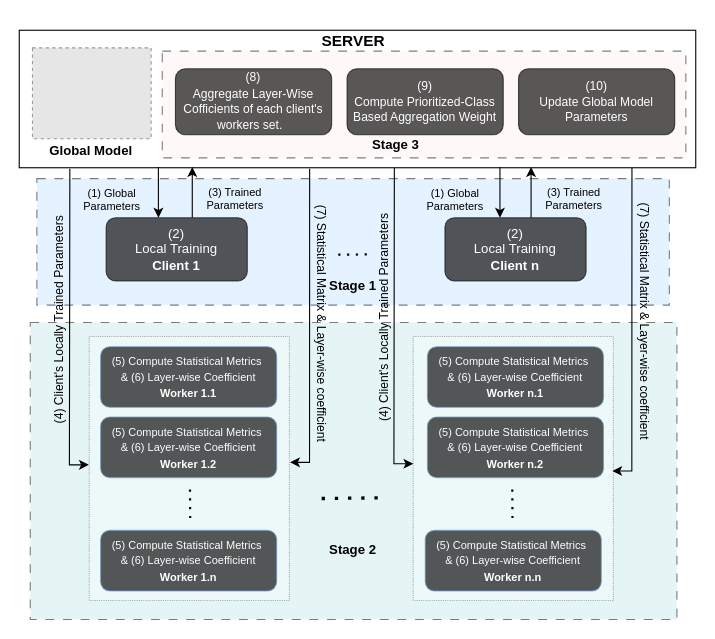
The draw.io diagram Copy of FedSat_FrameWork_Design.drawio in sujit880/Plotting_Graphs, before the edit. Source tidied: cells renumbered, new cells numbered last; positions are measured from the earlier drawing's top-left corner, leaving out a move shared by most shapes. Both pictures are drawn from the tidied source at 110%, with x=0, y=0 at pixel (-52, 30). Pictures stored in the file or linked from it are replaced by grey dashed boxes.
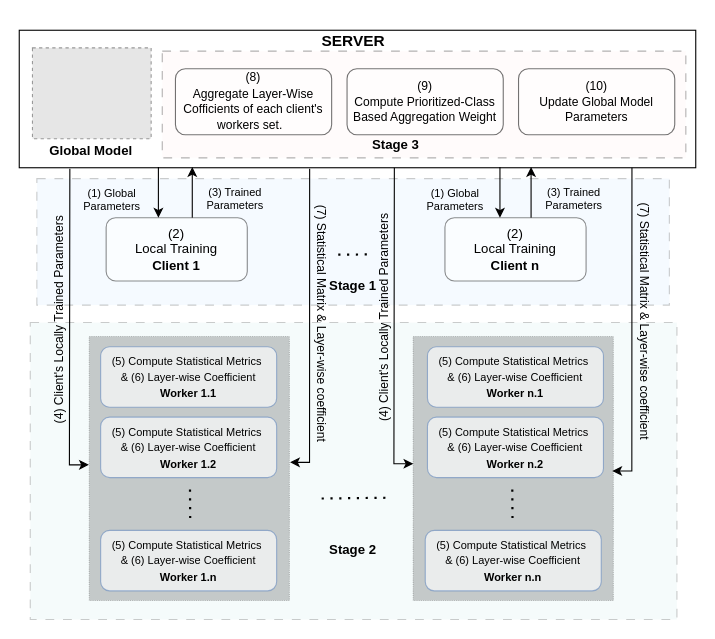
The same diagram, later.

Unchanged cells that the change refers to:
```xml
<mxCell id="17" style="group;" parent="1" vertex="1">
  <mxGeometry x="143" y="124.4" width="128.3" height="103.5" as="geometry" />
</mxCell>
```

What changed in the source:
```diff
@@
-    <mxCell id="2" style="rounded=0;whiteSpace=wrap;html=1;dashed=1;dashPattern=8 8;fillColor=#009999;fillOpacity=20;opacity=50;" parent="1" vertex="1">
+    <mxCell id="2" style="rounded=0;whiteSpace=wrap;html=1;dashed=1;dashPattern=8 8;fillColor=#009999;fillOpacity=20;opacity=20;" parent="1" vertex="1">
       <mxGeometry x="74" y="265.7" width="587.9" height="270" as="geometry" />
     </mxCell>
-    <mxCell id="3" style="rounded=0;whiteSpace=wrap;html=1;dashed=1;dashPattern=8 8;imageWidth=25;fillColor=#99CCFF;fillOpacity=50;opacity=50;" parent="1" vertex="1">
+    <mxCell id="3" style="rounded=0;whiteSpace=wrap;html=1;dashed=1;dashPattern=8 8;imageWidth=25;fillColor=#99CCFF;fillOpacity=50;opacity=20;" parent="1" vertex="1">
       <mxGeometry x="80" y="134.9" width="575" height="115" as="geometry" />
     </mxCell>
-    <mxCell id="4" style="rounded=0;whiteSpace=wrap;html=1;dashed=1;dashPattern=1 1;fillColor=#FFFFFF;opacity=30;" parent="1" vertex="1">
+    <mxCell id="4" style="rounded=0;whiteSpace=wrap;html=1;dashed=1;dashPattern=1 1;fillColor=#000000;opacity=20;" parent="1" vertex="1">
       <mxGeometry x="127.6" y="278.4" width="182" height="240" as="geometry" />
     </mxCell>
@@
-    <mxCell id="6" style="rounded=0;whiteSpace=wrap;html=1;dashed=1;dashPattern=8 8;fillColor=#FFCCCC;fillOpacity=30;strokeOpacity=100;opacity=50;" parent="1" vertex="1">
+    <mxCell id="6" style="rounded=0;whiteSpace=wrap;html=1;dashed=1;dashPattern=8 8;fillColor=#FFCCCC;fillOpacity=30;strokeOpacity=100;opacity=30;" parent="1" vertex="1">
       <mxGeometry x="194" y="19" width="476" height="97" as="geometry" />
     </mxCell>
@@
-    <mxCell id="8" value="&lt;div style=&quot;font-size: 11px;&quot;&gt;&lt;font style=&quot;font-size: 11px;&quot;&gt;(8)&lt;/font&gt;&lt;/div&gt;&lt;font style=&quot;font-size: 11px;&quot;&gt;Aggregate Layer-Wise Cofficients of each client's workers set.&amp;nbsp;&amp;nbsp;&lt;/font&gt;" style="rounded=1;whiteSpace=wrap;html=1;fillColor=#000000;opacity=65;fontColor=#FFFFFF;" parent="1" vertex="1">
+    <mxCell id="8" value="&lt;div style=&quot;font-size: 11px;&quot;&gt;&lt;font style=&quot;font-size: 11px;&quot;&gt;(8)&lt;/font&gt;&lt;/div&gt;&lt;font style=&quot;font-size: 11px;&quot;&gt;Aggregate Layer-Wise Cofficients of each client's workers set.&amp;nbsp;&amp;nbsp;&lt;/font&gt;" style="rounded=1;whiteSpace=wrap;html=1;fillColor=#FFFFFF;opacity=55;fontColor=#000000;" parent="1" vertex="1">
       <mxGeometry x="206" y="35" width="142" height="60" as="geometry" />
     </mxCell>
-    <mxCell id="9" value="&lt;div style=&quot;font-size: 11px;&quot;&gt;&lt;font style=&quot;font-size: 11px;&quot;&gt;(9)&lt;/font&gt;&lt;/div&gt;&lt;font style=&quot;font-size: 11px;&quot;&gt;Compute Prioritized-Class Based Aggregation Weight&lt;/font&gt;" style="rounded=1;whiteSpace=wrap;html=1;fillColor=#000000;opacity=65;fontColor=#FFFFFF;" parent="1" vertex="1">
+    <mxCell id="9" value="&lt;div style=&quot;font-size: 11px;&quot;&gt;&lt;font style=&quot;font-size: 11px;&quot;&gt;(9)&lt;/font&gt;&lt;/div&gt;&lt;font style=&quot;font-size: 11px;&quot;&gt;Compute Prioritized-Class Based Aggregation Weight&lt;/font&gt;" style="rounded=1;whiteSpace=wrap;html=1;fillColor=#FFFFFF;opacity=55;fontColor=#000000;" parent="1" vertex="1">
       <mxGeometry x="362" y="35" width="142" height="60" as="geometry" />
     </mxCell>
-    <mxCell id="10" value="&lt;div style=&quot;font-size: 11px;&quot;&gt;&lt;font style=&quot;font-size: 11px;&quot;&gt;(10)&lt;/font&gt;&lt;/div&gt;&lt;font style=&quot;font-size: 11px;&quot;&gt;Update Global Model Parameters&lt;/font&gt;" style="rounded=1;whiteSpace=wrap;html=1;fillColor=#000000;opacity=65;fontColor=#FFFFFF;" parent="1" vertex="1">
+    <mxCell id="10" value="&lt;div style=&quot;font-size: 11px;&quot;&gt;&lt;font style=&quot;font-size: 11px;&quot;&gt;(10)&lt;/font&gt;&lt;/div&gt;&lt;font style=&quot;font-size: 11px;&quot;&gt;Update Global Model Parameters&lt;/font&gt;" style="rounded=1;whiteSpace=wrap;html=1;fillColor=#FFFFFF;opacity=55;fontColor=#000000;" parent="1" vertex="1">
       <mxGeometry x="517.9" y="35" width="142" height="60" as="geometry" />
     </mxCell>
@@
-    <mxCell id="20" value="&lt;div&gt;(2)&lt;/div&gt;Local Training&lt;div&gt;&lt;b style=&quot;&quot;&gt;&lt;font style=&quot;font-size: 12px;&quot;&gt;Client 1&lt;/font&gt;&lt;/b&gt;&lt;br&gt;&lt;/div&gt;" style="rounded=1;whiteSpace=wrap;html=1;fillColor=#000000;opacity=65;fontColor=#FFFFFF;" parent="17" vertex="1">
+    <mxCell id="20" value="&lt;div&gt;(2)&lt;/div&gt;Local Training&lt;div&gt;&lt;b style=&quot;&quot;&gt;&lt;font style=&quot;font-size: 12px;&quot;&gt;Client 1&lt;/font&gt;&lt;/b&gt;&lt;br&gt;&lt;/div&gt;" style="rounded=1;whiteSpace=wrap;html=1;fillColor=#FFFFFF;opacity=45;fontColor=default;" parent="17" vertex="1">
       <mxGeometry y="46" width="128.3" height="57.5" as="geometry" />
     </mxCell>
-    <mxCell id="21" style="group;" parent="1" vertex="1">
+    <mxCell id="21" style="group;fillColor=none;" parent="1" vertex="1">
       <mxGeometry x="451" y="124.4" width="128.3" height="103.5" as="geometry" />
     </mxCell>
@@
-    <mxCell id="24" value="&lt;div&gt;&lt;font color=&quot;#ffffff&quot;&gt;(2)&lt;/font&gt;&lt;/div&gt;&lt;font color=&quot;#ffffff&quot;&gt;Local Training&lt;/font&gt;&lt;div&gt;&lt;b style=&quot;&quot;&gt;&lt;font color=&quot;#ffffff&quot; style=&quot;font-size: 12px;&quot;&gt;Client n&lt;/font&gt;&lt;/b&gt;&lt;br&gt;&lt;/div&gt;" style="rounded=1;whiteSpace=wrap;html=1;fillColor=#000000;opacity=65;" parent="21" vertex="1">
+    <mxCell id="24" value="&lt;div&gt;&lt;font&gt;(2)&lt;/font&gt;&lt;/div&gt;&lt;font&gt;Local Training&lt;/font&gt;&lt;div&gt;&lt;b style=&quot;&quot;&gt;&lt;font style=&quot;font-size: 12px;&quot;&gt;Client n&lt;/font&gt;&lt;/b&gt;&lt;br&gt;&lt;/div&gt;" style="rounded=1;whiteSpace=wrap;html=1;fillColor=#FFFFFF;opacity=45;fontColor=default;" parent="21" vertex="1">
       <mxGeometry y="46" width="128.3" height="57.5" as="geometry" />
     </mxCell>
@@
-    <mxCell id="28" style="endArrow=none;dashed=1;html=1;dashPattern=1 3;strokeWidth=3;rounded=0;" parent="1" edge="1">
+    <mxCell id="28" style="endArrow=none;dashed=1;html=1;dashPattern=1 3;strokeWidth=2;rounded=0;" parent="1" edge="1">
       <mxGeometry relative="1" as="geometry">
         <mxPoint x="338.9" y="425.7" as="sourcePoint" />
         <mxPoint x="398" y="425" as="targetPoint" />
       </mxGeometry>
     </mxCell>
@@
-    <mxCell id="38" value="&lt;font color=&quot;#ffffff&quot; size=&quot;1&quot;&gt;(5) Compute Statistical Metrics&amp;nbsp;&lt;/font&gt;&lt;div&gt;&lt;font color=&quot;#ffffff&quot; size=&quot;1&quot;&gt;&amp;amp; (6) Layer-wise Coefficient&lt;/font&gt;&lt;div&gt;&lt;font color=&quot;#ffffff&quot; size=&quot;1&quot;&gt;&lt;b&gt;Worker 1.1&lt;/b&gt;&lt;/font&gt;&lt;/div&gt;&lt;/div&gt;" style="rounded=1;whiteSpace=wrap;html=1;fillColor=#000000;strokeColor=#6c8ebf;opacity=65;" parent="1" vertex="1">
+    <mxCell id="38" value="&lt;font size=&quot;1&quot;&gt;(5) Compute Statistical Metrics&amp;nbsp;&lt;/font&gt;&lt;div&gt;&lt;font size=&quot;1&quot;&gt;&amp;amp; (6) Layer-wise Coefficient&lt;/font&gt;&lt;div&gt;&lt;font size=&quot;1&quot;&gt;&lt;b&gt;Worker 1.1&lt;/b&gt;&lt;/font&gt;&lt;/div&gt;&lt;/div&gt;" style="rounded=1;whiteSpace=wrap;html=1;fillColor=#FFFFFF;strokeColor=#6c8ebf;opacity=65;fontColor=default;" parent="1" vertex="1">
       <mxGeometry x="138" y="287.7" width="160" height="55" as="geometry" />
     </mxCell>
-    <mxCell id="39" value="&lt;font color=&quot;#ffffff&quot; size=&quot;1&quot;&gt;(5) Compute Statistical Metrics&amp;nbsp;&lt;/font&gt;&lt;div&gt;&lt;font color=&quot;#ffffff&quot; size=&quot;1&quot;&gt;&amp;amp; (6) Layer-wise Coefficient&lt;/font&gt;&lt;div&gt;&lt;font color=&quot;#ffffff&quot; size=&quot;1&quot;&gt;&lt;b&gt;Worker 1.2&lt;/b&gt;&lt;/font&gt;&lt;/div&gt;&lt;/div&gt;" style="rounded=1;whiteSpace=wrap;html=1;fillColor=#000000;strokeColor=#6c8ebf;opacity=65;" parent="1" vertex="1">
+    <mxCell id="39" value="&lt;font size=&quot;1&quot;&gt;(5) Compute Statistical Metrics&amp;nbsp;&lt;/font&gt;&lt;div&gt;&lt;font size=&quot;1&quot;&gt;&amp;amp; (6) Layer-wise Coefficient&lt;/font&gt;&lt;div&gt;&lt;font size=&quot;1&quot;&gt;&lt;b&gt;Worker 1.2&lt;/b&gt;&lt;/font&gt;&lt;/div&gt;&lt;/div&gt;" style="rounded=1;whiteSpace=wrap;html=1;fillColor=#FFFFFF;strokeColor=#6c8ebf;opacity=65;fontColor=default;" parent="1" vertex="1">
       <mxGeometry x="138" y="351.7" width="160" height="55" as="geometry" />
     </mxCell>
-    <mxCell id="40" value="&lt;font color=&quot;#ffffff&quot; size=&quot;1&quot;&gt;(5) Compute Statistical Metrics&amp;nbsp;&lt;/font&gt;&lt;div&gt;&lt;font color=&quot;#ffffff&quot; size=&quot;1&quot;&gt;&amp;amp; (6) Layer-wise Coefficient&lt;/font&gt;&lt;div&gt;&lt;font color=&quot;#ffffff&quot; size=&quot;1&quot;&gt;&lt;b&gt;Worker 1.n&lt;/b&gt;&lt;/font&gt;&lt;/div&gt;&lt;/div&gt;" style="rounded=1;whiteSpace=wrap;html=1;fillColor=#000000;strokeColor=#6c8ebf;opacity=65;" parent="1" vertex="1">
+    <mxCell id="40" value="&lt;font size=&quot;1&quot;&gt;(5) Compute Statistical Metrics&amp;nbsp;&lt;/font&gt;&lt;div&gt;&lt;font size=&quot;1&quot;&gt;&amp;amp; (6) Layer-wise Coefficient&lt;/font&gt;&lt;div&gt;&lt;font size=&quot;1&quot;&gt;&lt;b&gt;Worker 1.n&lt;/b&gt;&lt;/font&gt;&lt;/div&gt;&lt;/div&gt;" style="rounded=1;whiteSpace=wrap;html=1;fillColor=#FFFFFF;strokeColor=#6c8ebf;opacity=65;fontColor=default;" parent="1" vertex="1">
       <mxGeometry x="138" y="454.7" width="160" height="55" as="geometry" />
     </mxCell>
-    <mxCell id="41" style="rounded=0;whiteSpace=wrap;html=1;dashed=1;dashPattern=1 1;fillColor=#FFFFFF;opacity=30;" parent="1" vertex="1">
+    <mxCell id="41" style="rounded=0;whiteSpace=wrap;html=1;dashed=1;dashPattern=1 1;fillColor=#000000;opacity=20;strokeColor=#000000;" parent="1" vertex="1">
       <mxGeometry x="422.1" y="278.4" width="182" height="240" as="geometry" />
     </mxCell>
-    <mxCell id="42" value="&lt;font color=&quot;#ffffff&quot; size=&quot;1&quot;&gt;(5) Compute Statistical Metrics&amp;nbsp;&lt;/font&gt;&lt;div&gt;&lt;font color=&quot;#ffffff&quot; size=&quot;1&quot;&gt;&amp;amp; (6) Layer-wise Coefficient&lt;/font&gt;&lt;div&gt;&lt;font color=&quot;#ffffff&quot; size=&quot;1&quot;&gt;&lt;b&gt;Worker n.1&lt;/b&gt;&lt;/font&gt;&lt;/div&gt;&lt;/div&gt;" style="rounded=1;whiteSpace=wrap;html=1;fillColor=#000000;strokeColor=#6c8ebf;opacity=65;" parent="1" vertex="1">
+    <mxCell id="42" value="&lt;font size=&quot;1&quot;&gt;(5) Compute Statistical Metrics&amp;nbsp;&lt;/font&gt;&lt;div&gt;&lt;font size=&quot;1&quot;&gt;&amp;amp; (6) Layer-wise Coefficient&lt;/font&gt;&lt;div&gt;&lt;font size=&quot;1&quot;&gt;&lt;b&gt;Worker n.1&lt;/b&gt;&lt;/font&gt;&lt;/div&gt;&lt;/div&gt;" style="rounded=1;whiteSpace=wrap;html=1;fillColor=#FFFFFF;strokeColor=#6c8ebf;opacity=65;fontColor=default;" parent="1" vertex="1">
       <mxGeometry x="435.1" y="287.7" width="160" height="55" as="geometry" />
     </mxCell>
-    <mxCell id="43" value="&lt;font color=&quot;#ffffff&quot; size=&quot;1&quot;&gt;(5) Compute Statistical Metrics&amp;nbsp;&lt;/font&gt;&lt;div&gt;&lt;font color=&quot;#ffffff&quot; size=&quot;1&quot;&gt;&amp;amp; (6) Layer-wise Coefficient&lt;/font&gt;&lt;div&gt;&lt;font color=&quot;#ffffff&quot; size=&quot;1&quot;&gt;&lt;b&gt;Worker n.2&lt;/b&gt;&lt;/font&gt;&lt;/div&gt;&lt;/div&gt;" style="rounded=1;whiteSpace=wrap;html=1;fillColor=#000000;strokeColor=#6c8ebf;opacity=65;" parent="1" vertex="1">
+    <mxCell id="43" value="&lt;font size=&quot;1&quot;&gt;(5) Compute Statistical Metrics&amp;nbsp;&lt;/font&gt;&lt;div&gt;&lt;font size=&quot;1&quot;&gt;&amp;amp; (6) Layer-wise Coefficient&lt;/font&gt;&lt;div&gt;&lt;font size=&quot;1&quot;&gt;&lt;b&gt;Worker n.2&lt;/b&gt;&lt;/font&gt;&lt;/div&gt;&lt;/div&gt;" style="rounded=1;whiteSpace=wrap;html=1;fillColor=#FFFFFF;strokeColor=#6c8ebf;opacity=65;fontColor=default;" parent="1" vertex="1">
       <mxGeometry x="435.1" y="351.7" width="160" height="55" as="geometry" />
     </mxCell>
-    <mxCell id="44" value="&lt;font color=&quot;#ffffff&quot; size=&quot;1&quot;&gt;(5) Compute Statistical Metrics&amp;nbsp;&lt;/font&gt;&lt;div&gt;&lt;font color=&quot;#ffffff&quot; size=&quot;1&quot;&gt;&amp;amp; (6) Layer-wise Coefficient&lt;/font&gt;&lt;div&gt;&lt;font color=&quot;#ffffff&quot; size=&quot;1&quot;&gt;&lt;b&gt;Worker n.n&lt;/b&gt;&lt;/font&gt;&lt;/div&gt;&lt;/div&gt;" style="rounded=1;whiteSpace=wrap;html=1;fillColor=#000000;strokeColor=#6c8ebf;opacity=65;" parent="1" vertex="1">
+    <mxCell id="44" value="&lt;font size=&quot;1&quot;&gt;(5) Compute Statistical Metrics&amp;nbsp;&lt;/font&gt;&lt;div&gt;&lt;font size=&quot;1&quot;&gt;&amp;amp; (6) Layer-wise Coefficient&lt;/font&gt;&lt;div&gt;&lt;font size=&quot;1&quot;&gt;&lt;b&gt;Worker n.n&lt;/b&gt;&lt;/font&gt;&lt;/div&gt;&lt;/div&gt;" style="rounded=1;whiteSpace=wrap;html=1;fillColor=#FFFFFF;strokeColor=#6c8ebf;opacity=65;fontColor=default;" parent="1" vertex="1">
       <mxGeometry x="433.1" y="454.7" width="160" height="55" as="geometry" />
     </mxCell>
```
